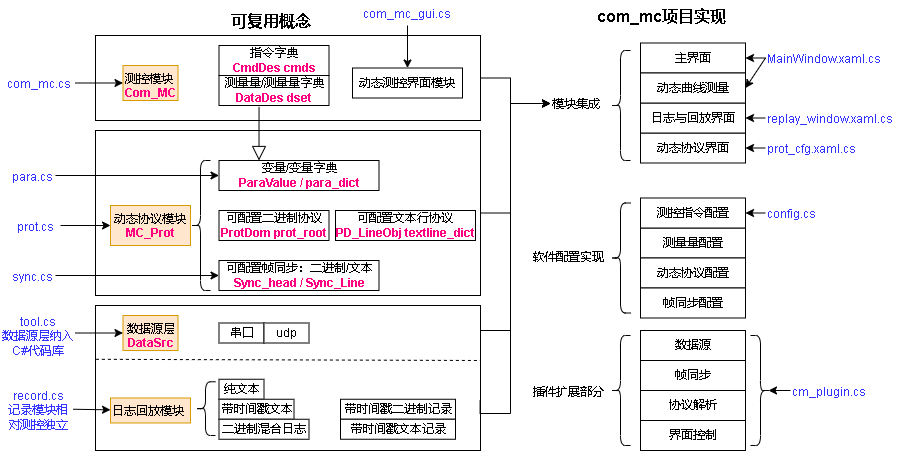
yangzigy/com_mc keeps this draw.io diagram as doc/draft/概念结构.drawio.png. Above is the earlier version. Source tidied: cells renumbered, new cells last; positions are measured from the earlier drawing's top-left corner, leaving out a move shared by most shapes.
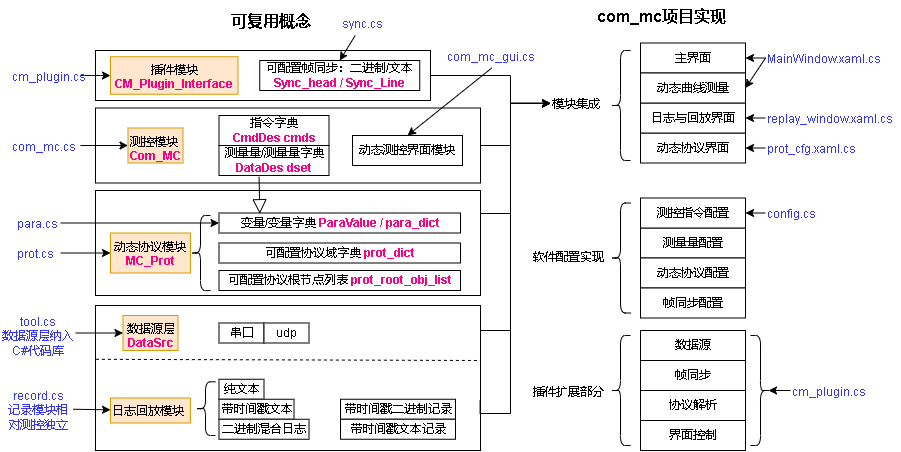
After the change.

The edit, as a diff of the source:
```diff
@@ -2,23 +2,26 @@
   <root>
     <mxCell id="0" />
     <mxCell id="1" parent="0" />
+    <mxCell id="77" style="rounded=0;whiteSpace=wrap;html=1;fillColor=none;" parent="1" vertex="1">
+      <mxGeometry x="95" y="50" width="335" height="50" as="geometry" />
+    </mxCell>
     <mxCell id="2" style="rounded=0;whiteSpace=wrap;html=1;fillColor=none;" parent="1" vertex="1">
-      <mxGeometry x="95" y="35" width="385" height="85" as="geometry" />
+      <mxGeometry x="95" y="107.5" width="385" height="75" as="geometry" />
     </mxCell>
     <mxCell id="3" style="rounded=0;whiteSpace=wrap;html=1;fillColor=none;" parent="1" vertex="1">
-      <mxGeometry x="95" y="130" width="385" height="165" as="geometry" />
+      <mxGeometry x="95" y="190" width="385" height="105" as="geometry" />
     </mxCell>
     <mxCell id="4" style="rounded=0;whiteSpace=wrap;html=1;fillColor=none;" parent="1" vertex="1">
       <mxGeometry x="95" y="305" width="385" height="145" as="geometry" />
     </mxCell>
     <mxCell id="5" value="可配置帧同步：二进制/文本&lt;br&gt;&lt;b&gt;&lt;font color=&quot;#ff0080&quot;&gt;Sync_head / Sync_Line&lt;/font&gt;&lt;/b&gt;" style="rounded=0;whiteSpace=wrap;html=1;" parent="1" vertex="1">
-      <mxGeometry x="218.5" y="260" width="160" height="30" as="geometry" />
+      <mxGeometry x="259.2" y="60" width="160" height="30" as="geometry" />
     </mxCell>
     <mxCell id="6" value="测控模块&lt;br&gt;&lt;b&gt;&lt;font color=&quot;#ff0080&quot;&gt;Com_MC&lt;/font&gt;&lt;/b&gt;" style="text;whiteSpace=wrap;html=1;fillColor=#ffe6cc;strokeColor=#d79b00;" parent="1" vertex="1">
-      <mxGeometry x="122.5" y="65" width="55" height="35" as="geometry" />
+      <mxGeometry x="127.5" y="127.5" width="55" height="35" as="geometry" />
     </mxCell>
     <mxCell id="7" value="动态协议模块&lt;br&gt;&lt;b&gt;&lt;font color=&quot;#ff0080&quot;&gt;MC_Prot&lt;/font&gt;&lt;/b&gt;" style="text;whiteSpace=wrap;html=1;fillColor=#ffe6cc;strokeColor=#d79b00;align=center;" parent="1" vertex="1">
-      <mxGeometry x="110" y="205" width="80" height="40" as="geometry" />
+      <mxGeometry x="110" y="232.5" width="80" height="40" as="geometry" />
     </mxCell>
     <mxCell id="8" value="数据源层&lt;br&gt;&lt;b&gt;&lt;font color=&quot;#ff0080&quot;&gt;DataSrc&lt;/font&gt;&lt;/b&gt;" style="text;whiteSpace=wrap;html=1;fillColor=#ffe6cc;strokeColor=#d79b00;align=center;" parent="1" vertex="1">
       <mxGeometry x="122.5" y="315" width="55" height="35" as="geometry" />
@@ -26,17 +29,14 @@
     <mxCell id="9" value="日志回放模块" style="text;whiteSpace=wrap;html=1;fillColor=#ffe6cc;strokeColor=#d79b00;" parent="1" vertex="1">
       <mxGeometry x="110" y="397.5" width="80" height="25" as="geometry" />
     </mxCell>
-    <mxCell id="10" value="可配置二进制协议&lt;br&gt;&lt;b&gt;&lt;font color=&quot;#ff0080&quot;&gt;ProtDom prot_root&lt;/font&gt;&lt;/b&gt;" style="rounded=0;whiteSpace=wrap;html=1;" parent="1" vertex="1">
-      <mxGeometry x="218.5" y="210" width="110" height="30" as="geometry" />
+    <mxCell id="10" value="可配置协议根节点列表&amp;nbsp;&lt;font color=&quot;#ff0080&quot;&gt;&lt;b&gt;prot_root_obj_list&lt;/b&gt;&lt;/font&gt;" style="rounded=0;whiteSpace=wrap;html=1;" parent="1" vertex="1">
+      <mxGeometry x="218.5" y="270" width="241.5" height="20" as="geometry" />
     </mxCell>
-    <mxCell id="11" value="可配置文本行协议&lt;br&gt;&lt;b&gt;&lt;font color=&quot;#ff0080&quot;&gt;PD_LineObj&amp;nbsp;textline_dict&lt;/font&gt;&lt;/b&gt;" style="rounded=0;whiteSpace=wrap;html=1;" parent="1" vertex="1">
-      <mxGeometry x="335" y="210" width="140" height="30" as="geometry" />
-    </mxCell>
-    <mxCell id="12" value="变量/变量字典&lt;br&gt;&lt;b&gt;&lt;font color=&quot;#ff0080&quot;&gt;ParaValue / para_dict&lt;/font&gt;&lt;/b&gt;" style="rounded=0;whiteSpace=wrap;html=1;" parent="1" vertex="1">
-      <mxGeometry x="218.5" y="160" width="160" height="30" as="geometry" />
+    <mxCell id="12" value="变量/变量字典&amp;nbsp;&lt;b&gt;&lt;font color=&quot;#ff0080&quot;&gt;ParaValue / para_dict&lt;/font&gt;&lt;/b&gt;" style="rounded=0;whiteSpace=wrap;html=1;" parent="1" vertex="1">
+      <mxGeometry x="218.5" y="212.5" width="241.5" height="20" as="geometry" />
     </mxCell>
     <mxCell id="13" style="shape=curlyBracket;whiteSpace=wrap;html=1;rounded=1;" parent="1" vertex="1">
-      <mxGeometry x="190" y="160" width="20" height="130" as="geometry" />
+      <mxGeometry x="190" y="215" width="20" height="75" as="geometry" />
     </mxCell>
     <mxCell id="14" value="插件扩展部分" style="text;whiteSpace=wrap;html=1;" parent="1" vertex="1">
       <mxGeometry x="530" y="377.5" width="80" height="25" as="geometry" />
@@ -51,10 +51,10 @@
       <mxGeometry x="263.5" y="322.5" width="45" height="20" as="geometry" />
     </mxCell>
     <mxCell id="18" value="测量量/测量量字典&lt;br&gt;&lt;b&gt;&lt;font color=&quot;#ff0080&quot;&gt;DataDes dset&lt;/font&gt;&lt;/b&gt;" style="rounded=0;whiteSpace=wrap;html=1;" parent="1" vertex="1">
-      <mxGeometry x="218.5" y="75" width="110" height="30" as="geometry" />
+      <mxGeometry x="218.5" y="145" width="110" height="30" as="geometry" />
     </mxCell>
     <mxCell id="19" value="指令字典&lt;br&gt;&lt;b&gt;&lt;font color=&quot;#ff0080&quot;&gt;CmdDes cmds&lt;/font&gt;&lt;/b&gt;" style="rounded=0;whiteSpace=wrap;html=1;" parent="1" vertex="1">
-      <mxGeometry x="218.5" y="45" width="110" height="30" as="geometry" />
+      <mxGeometry x="218.5" y="115" width="110" height="30" as="geometry" />
     </mxCell>
     <mxCell id="20" value="纯文本" style="rounded=0;whiteSpace=wrap;html=1;" parent="1" vertex="1">
       <mxGeometry x="218.5" y="378.8" width="45" height="20" as="geometry" />
@@ -68,14 +68,14 @@
     <mxCell id="23" style="shape=curlyBracket;whiteSpace=wrap;html=1;rounded=1;" parent="1" vertex="1">
       <mxGeometry x="195" y="381.2" width="20" height="53.8" as="geometry" />
     </mxCell>
-    <mxCell id="24" style="endArrow=block;endSize=12;endFill=0;html=1;rounded=0;entryX=0.25;entryY=0;entryDx=0;entryDy=0;exitX=0.364;exitY=1.044;exitDx=0;exitDy=0;exitPerimeter=0;" parent="1" edge="1" source="18" target="12">
+    <mxCell id="24" style="endArrow=block;endSize=12;endFill=0;html=1;rounded=0;entryX=0.169;entryY=0.035;entryDx=0;entryDy=0;exitX=0.364;exitY=1.044;exitDx=0;exitDy=0;exitPerimeter=0;entryPerimeter=0;" parent="1" edge="1" source="18" target="12">
       <mxGeometry x="-0.19" y="-3" relative="1" as="geometry" />
     </mxCell>
     <mxCell id="25" value="可复用概念" style="text;whiteSpace=wrap;html=1;fontStyle=1;fontSize=16;" parent="1" vertex="1">
       <mxGeometry x="228.5" y="5" width="96.5" height="25" as="geometry" />
     </mxCell>
     <mxCell id="26" value="动态测控界面模块" style="rounded=0;whiteSpace=wrap;html=1;" parent="1" vertex="1">
-      <mxGeometry x="352" y="67.5" width="110" height="30" as="geometry" />
+      <mxGeometry x="352" y="135" width="110" height="30" as="geometry" />
     </mxCell>
     <mxCell id="27" value="动态协议界面" style="rounded=0;whiteSpace=wrap;html=1;" parent="1" vertex="1">
       <mxGeometry x="640" y="132.5" width="105" height="30" as="geometry" />
@@ -128,7 +128,7 @@
     <mxCell id="43" style="endArrow=classic;html=1;rounded=0;fontSize=16;exitX=1;exitY=0.5;exitDx=0;exitDy=0;entryX=0;entryY=0.5;entryDx=0;entryDy=0;edgeStyle=orthogonalEdgeStyle;" parent="1" edge="1" source="2" target="34">
       <mxGeometry relative="1" as="geometry">
         <Array as="points">
-          <mxPoint x="510" y="78" />
+          <mxPoint x="510" y="145" />
           <mxPoint x="510" y="103" />
           <mxPoint x="550" y="103" />
         </Array>
@@ -156,6 +156,7 @@
     <mxCell id="46" style="endArrow=classic;html=1;rounded=0;fontSize=16;exitX=0.999;exitY=0.653;exitDx=0;exitDy=0;edgeStyle=orthogonalEdgeStyle;exitPerimeter=0;entryX=0;entryY=0.5;entryDx=0;entryDy=0;" parent="1" edge="1" source="4" target="34">
       <mxGeometry relative="1" as="geometry">
         <Array as="points">
+          <mxPoint x="480" y="413" />
           <mxPoint x="510" y="413" />
           <mxPoint x="510" y="103" />
           <mxPoint x="550" y="103" />
@@ -189,31 +190,31 @@
       <mxGeometry relative="1" as="geometry" />
     </mxCell>
     <mxCell id="55" value="para.cs" style="text;whiteSpace=wrap;html=1;fontColor=#3333FF;" parent="1" vertex="1">
-      <mxGeometry x="10" y="162.5" width="45" height="25" as="geometry" />
+      <mxGeometry x="15" y="210" width="45" height="25" as="geometry" />
     </mxCell>
     <mxCell id="56" style="endArrow=classic;html=1;rounded=0;exitX=1;exitY=0.5;exitDx=0;exitDy=0;entryX=0;entryY=0.5;entryDx=0;entryDy=0;" parent="1" edge="1" source="55" target="12">
       <mxGeometry relative="1" as="geometry" />
     </mxCell>
     <mxCell id="57" value="prot.cs" style="text;whiteSpace=wrap;html=1;fontColor=#3333FF;" parent="1" vertex="1">
-      <mxGeometry x="15" y="212.5" width="45" height="25" as="geometry" />
+      <mxGeometry x="15" y="240" width="45" height="25" as="geometry" />
     </mxCell>
     <mxCell id="58" style="endArrow=classic;html=1;rounded=0;exitX=1;exitY=0.5;exitDx=0;exitDy=0;entryX=0;entryY=0.5;entryDx=0;entryDy=0;" parent="1" edge="1" source="57" target="7">
       <mxGeometry relative="1" as="geometry" />
     </mxCell>
     <mxCell id="59" value="sync.cs" style="text;whiteSpace=wrap;html=1;fontColor=#3333FF;" parent="1" vertex="1">
-      <mxGeometry x="10" y="262.5" width="45" height="25" as="geometry" />
+      <mxGeometry x="340" y="10" width="45" height="25" as="geometry" />
     </mxCell>
-    <mxCell id="60" style="endArrow=classic;html=1;rounded=0;exitX=1;exitY=0.5;exitDx=0;exitDy=0;entryX=0;entryY=0.5;entryDx=0;entryDy=0;" parent="1" edge="1" source="59" target="5">
+    <mxCell id="60" style="endArrow=classic;html=1;rounded=0;entryX=0.5;entryY=0;entryDx=0;entryDy=0;" parent="1" edge="1" source="59" target="5">
       <mxGeometry relative="1" as="geometry" />
     </mxCell>
     <mxCell id="61" value="com_mc.cs" style="text;whiteSpace=wrap;html=1;fontColor=#3333FF;" parent="1" vertex="1">
-      <mxGeometry x="5" y="70" width="70" height="25" as="geometry" />
+      <mxGeometry x="10" y="132.5" width="70" height="25" as="geometry" />
     </mxCell>
     <mxCell id="62" style="endArrow=classic;html=1;rounded=0;exitX=1;exitY=0.5;exitDx=0;exitDy=0;entryX=0;entryY=0.5;entryDx=0;entryDy=0;" parent="1" edge="1" source="61" target="6">
       <mxGeometry relative="1" as="geometry" />
     </mxCell>
     <mxCell id="63" value="com_mc_gui.cs" style="text;whiteSpace=wrap;html=1;fontColor=#3333FF;" parent="1" vertex="1">
-      <mxGeometry x="360.8" width="92.5" height="25" as="geometry" />
+      <mxGeometry x="445" y="42.5" width="92.5" height="25" as="geometry" />
     </mxCell>
     <mxCell id="64" style="endArrow=classic;html=1;rounded=0;exitX=0.5;exitY=1;exitDx=0;exitDy=0;entryX=0.5;entryY=0;entryDx=0;entryDy=0;" parent="1" edge="1" source="63" target="26">
       <mxGeometry relative="1" as="geometry" />
@@ -254,5 +255,25 @@
     <mxCell id="76" style="shape=curlyBracket;whiteSpace=wrap;html=1;rounded=1;rotation=-180;" parent="1" vertex="1">
       <mxGeometry x="750" y="335" width="20" height="110" as="geometry" />
     </mxCell>
+    <mxCell id="78" value="可配置协议域字典&amp;nbsp;&lt;font color=&quot;#ff0080&quot;&gt;&lt;b&gt;prot_dict&lt;/b&gt;&lt;/font&gt;" style="rounded=0;whiteSpace=wrap;html=1;" parent="1" vertex="1">
+      <mxGeometry x="218.5" y="242.5" width="241.5" height="20" as="geometry" />
+    </mxCell>
+    <mxCell id="79" value="插件模块&lt;br&gt;&lt;font color=&quot;#ff0080&quot;&gt;&lt;b&gt;CM_Plugin_Interface&lt;/b&gt;&lt;/font&gt;" style="text;whiteSpace=wrap;html=1;fillColor=#ffe6cc;strokeColor=#d79b00;align=center;" parent="1" vertex="1">
+      <mxGeometry x="110" y="56.2" width="127.5" height="37.5" as="geometry" />
+    </mxCell>
+    <mxCell id="80" style="edgeStyle=orthogonalEdgeStyle;rounded=0;jettySize=auto;html=1;" parent="1" edge="1" source="81" target="79">
+      <mxGeometry relative="1" as="geometry" />
+    </mxCell>
+    <mxCell id="81" value="cm_plugin.cs" style="text;whiteSpace=wrap;html=1;fontColor=#3333FF;" parent="1" vertex="1">
+      <mxGeometry x="10" y="62.5" width="70" height="25" as="geometry" />
+    </mxCell>
+    <mxCell id="82" style="endArrow=classic;html=1;rounded=0;fontSize=16;exitX=1;exitY=0.5;exitDx=0;exitDy=0;edgeStyle=orthogonalEdgeStyle;entryX=0;entryY=0.5;entryDx=0;entryDy=0;" parent="1" edge="1" source="77" target="34">
+      <mxGeometry relative="1" as="geometry">
+        <Array as="points">
+          <mxPoint x="510" y="75" />
+          <mxPoint x="510" y="102" />
+        </Array>
+      </mxGeometry>
+    </mxCell>
   </root>
 </mxGraphModel>
```
